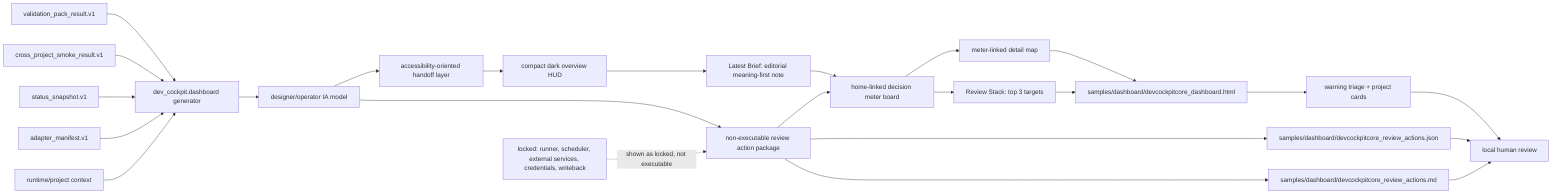
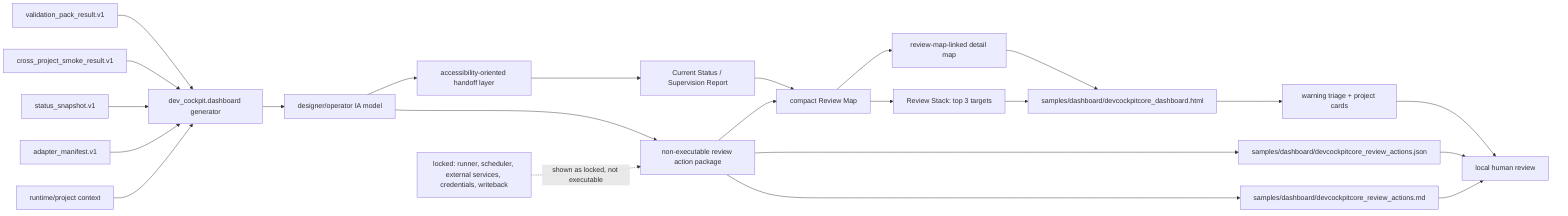
flowchart LR
    VP["validation_pack_result.v1"]
    SM["cross_project_smoke_result.v1"]
    SS["status_snapshot.v1"]
    AD["adapter_manifest.v1"]
    RT["runtime/project context"]
    GEN["dev_cockpit.dashboard generator"]
    IA["designer/operator IA model"]
    ACT["non-executable review action package"]
    A11Y["accessibility-oriented handoff layer"]
-     HUD["compact dark overview HUD"]
-     BRIEF["Latest Brief: editorial meaning-first note"]
-     METER["home-linked decision meter board"]
+     REPORT["Current Status / Supervision Report"]
+     MAP["compact Review Map"]
    STACK["Review Stack: top 3 targets"]
-     DETAIL["meter-linked detail map"]
+     DETAIL["review-map-linked detail map"]
    HTML["samples/dashboard/devcockpitcore_dashboard.html"]
    JSON["samples/dashboard/devcockpitcore_review_actions.json"]
    MD["samples/dashboard/devcockpitcore_review_actions.md"]
    TRIAGE["warning triage + project cards"]
    REVIEW["local human review"]

    VP --> GEN
    SM --> GEN
    SS --> GEN
    AD --> GEN
    RT --> GEN
    GEN --> IA
    IA --> ACT
    IA --> A11Y
-     A11Y --> HUD
-     HUD --> BRIEF
-     BRIEF --> METER
-     METER --> STACK
-     METER --> DETAIL
+     A11Y --> REPORT
+     REPORT --> MAP
+     MAP --> STACK
+     MAP --> DETAIL
    DETAIL --> HTML
    STACK --> HTML
    ACT --> JSON
    ACT --> MD
-     ACT --> METER
+     ACT --> MAP
    HTML --> TRIAGE
    TRIAGE --> REVIEW
    JSON --> REVIEW
    MD --> REVIEW

    LOCK["locked: runner, scheduler, external services, credentials, writeback"]
    LOCK -. "shown as locked, not executable" .-> ACT
